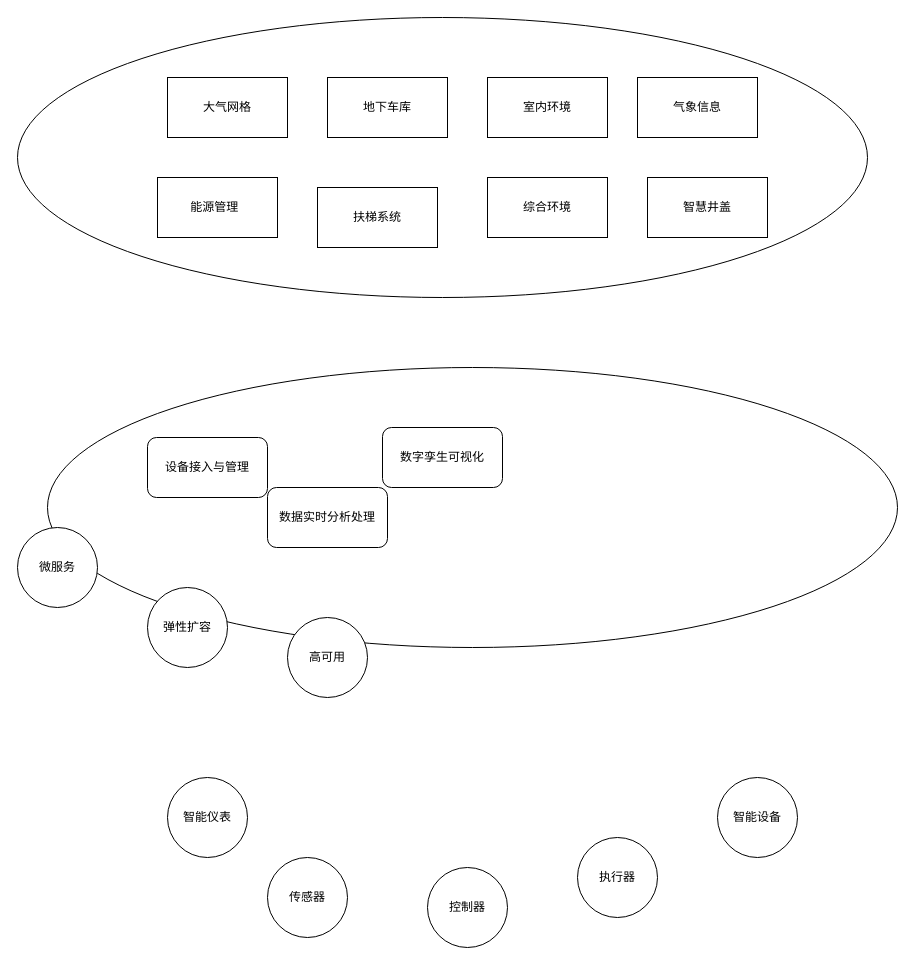
viking-wj/software keeps this draw.io diagram as page "第 1 页" (1 of 2) of qiwu.drawio. Above is the earlier version. Source tidied: cells renumbered, new cells numbered last; positions are measured from the earlier drawing's top-left corner, leaving out a move shared by most shapes. Both pictures are drawn from the tidied source at 100%, with x=0, y=0 at pixel (17, 17).
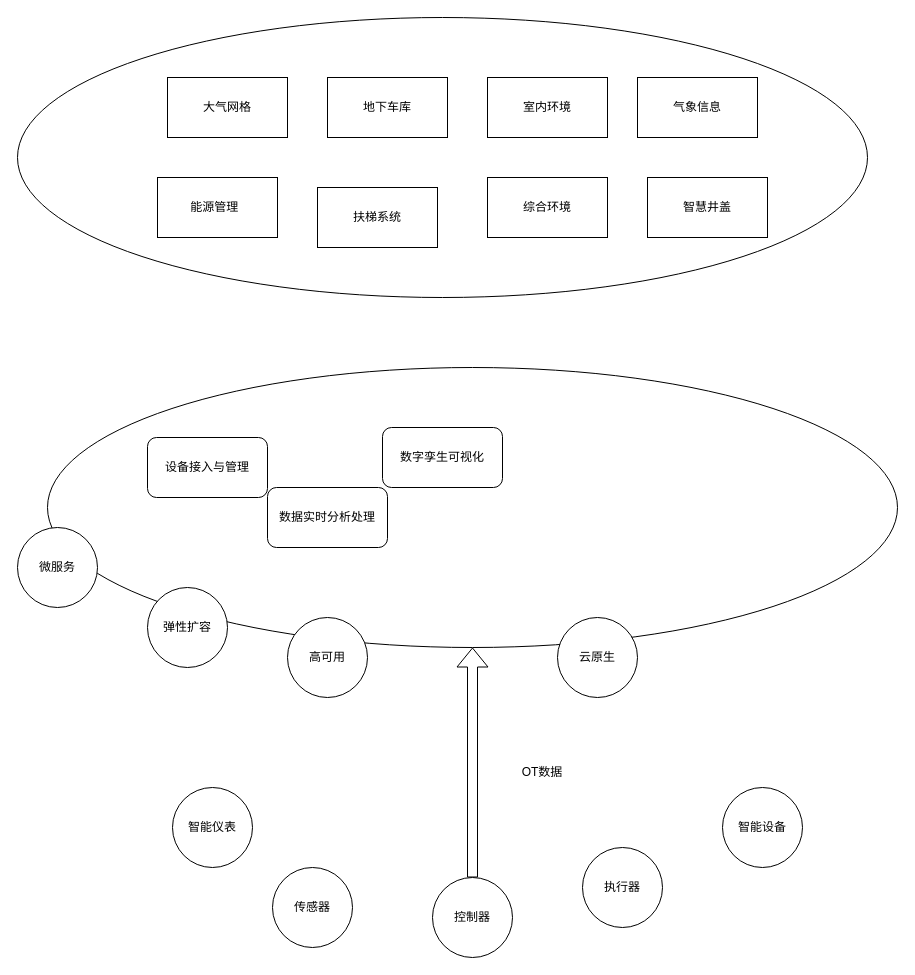
Above is the later version.

The change refers to these unchanged cells:
```xml
<mxCell id="2" style="ellipse;whiteSpace=wrap;html=1;" parent="1" vertex="1">
  <mxGeometry x="30" y="350" width="850" height="280" as="geometry" />
</mxCell>
```

Change to the diagram source:
```diff
@@
     <mxCell id="3" value="传感器" style="ellipse;whiteSpace=wrap;html=1;" parent="1" vertex="1">
-      <mxGeometry x="250" y="840" width="80" height="80" as="geometry" />
+      <mxGeometry x="255" y="850" width="80" height="80" as="geometry" />
     </mxCell>
     <mxCell id="4" value="智能仪表" style="ellipse;whiteSpace=wrap;html=1;" parent="1" vertex="1">
-      <mxGeometry x="150" y="760" width="80" height="80" as="geometry" />
+      <mxGeometry x="155" y="770" width="80" height="80" as="geometry" />
     </mxCell>
     <mxCell id="5" value="智能设备" style="ellipse;whiteSpace=wrap;html=1;" parent="1" vertex="1">
-      <mxGeometry x="700" y="760" width="80" height="80" as="geometry" />
+      <mxGeometry x="705" y="770" width="80" height="80" as="geometry" />
     </mxCell>
+    <mxCell id="24" style="edgeStyle=none;shape=flexArrow;rounded=0;jettySize=auto;html=1;exitX=0.5;exitY=0;exitDx=0;exitDy=0;" parent="1" edge="1" source="6" target="2">
+      <mxGeometry relative="1" as="geometry" />
+    </mxCell>
     <mxCell id="6" value="控制器" style="ellipse;whiteSpace=wrap;html=1;" parent="1" vertex="1">
-      <mxGeometry x="410" y="850" width="80" height="80" as="geometry" />
+      <mxGeometry x="415" y="860" width="80" height="80" as="geometry" />
     </mxCell>
     <mxCell id="7" value="执行器" style="ellipse;whiteSpace=wrap;html=1;" parent="1" vertex="1">
-      <mxGeometry x="560" y="820" width="80" height="80" as="geometry" />
+      <mxGeometry x="565" y="830" width="80" height="80" as="geometry" />
     </mxCell>
@@
+    <mxCell id="25" value="云原生" style="ellipse;whiteSpace=wrap;html=1;" parent="1" vertex="1">
+      <mxGeometry x="540" y="600" width="80" height="80" as="geometry" />
+    </mxCell>
+    <mxCell id="26" value="OT数据" style="text;html=1;strokeColor=none;fillColor=none;align=center;verticalAlign=middle;whiteSpace=wrap;rounded=0;" parent="1" vertex="1">
+      <mxGeometry x="495" y="740" width="60" height="30" as="geometry" />
+    </mxCell>
```
